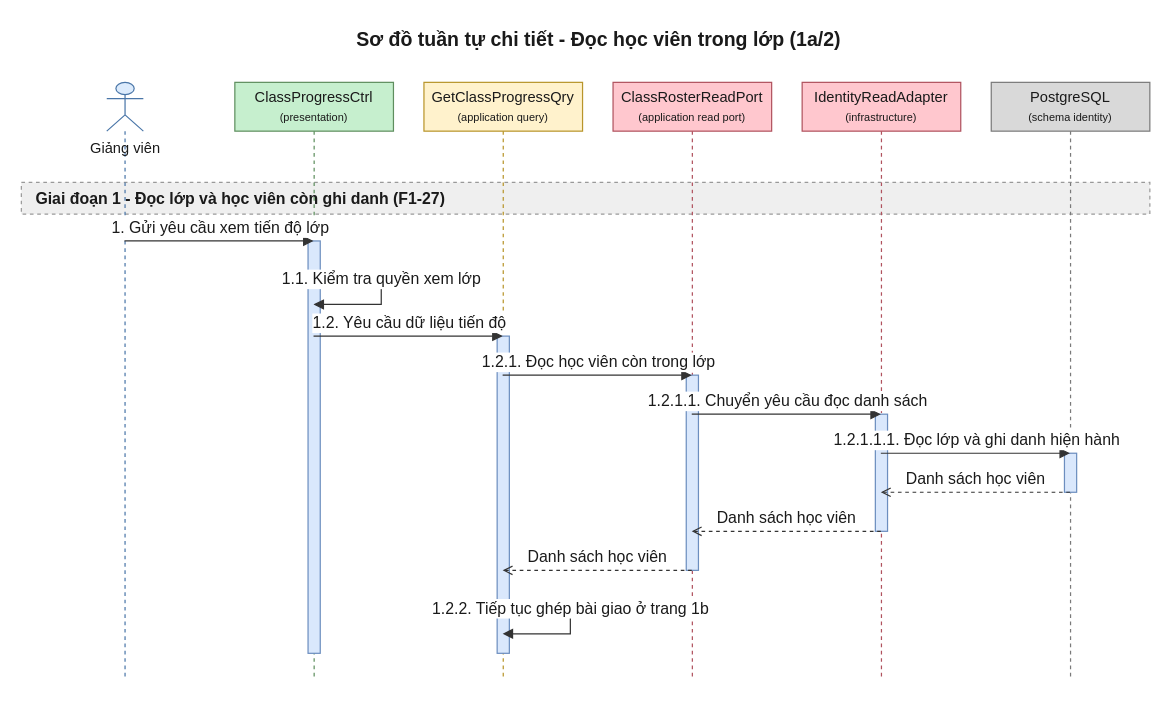
Earlier version of the draw.io diagram 08-diagram/sequence/gv/sequence_gv_xem_tien_do_lop_p1.drawio (daiphu1801/PRJ_ALGOPREP). Source tidied: cells renumbered, new cells numbered last; positions are measured from the earlier drawing's top-left corner, leaving out a move shared by most shapes. Both pictures are drawn from the tidied source at 122%, with x=0, y=0 at pixel (21, 21).
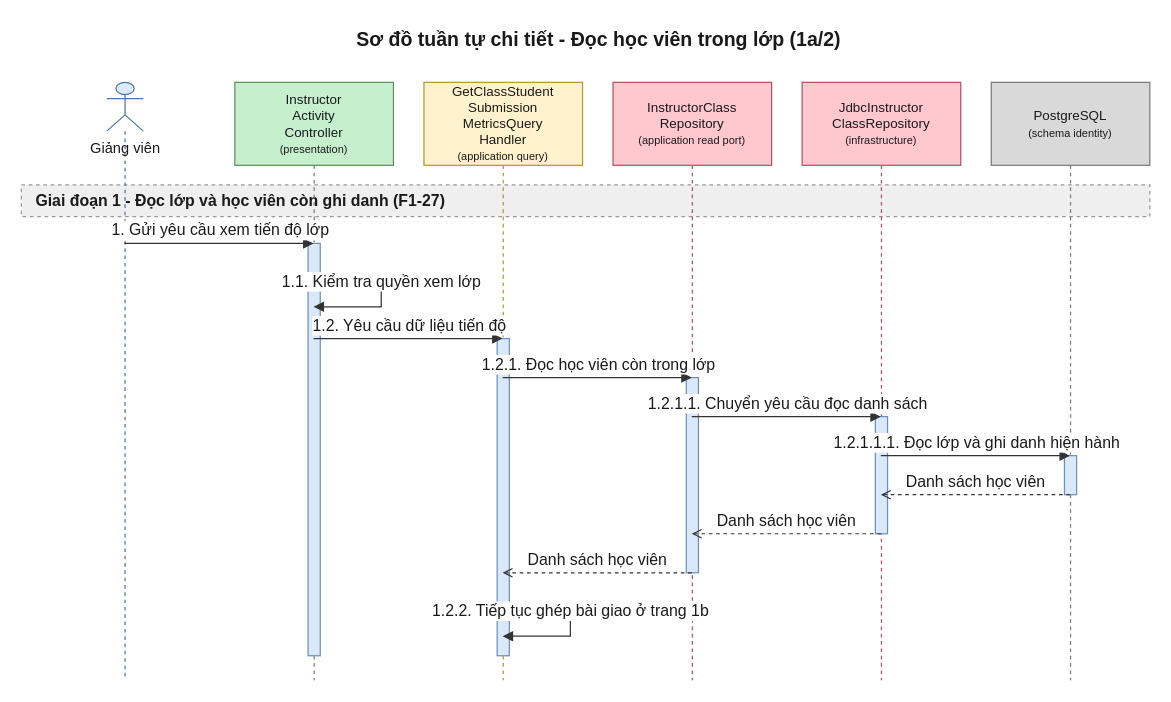
The same diagram, later.

Change to the diagram source:
```diff
@@
     <mxCell id="3" value="Giai đoạn 1 - Đọc lớp và học viên còn ghi danh (F1-27)" style="algoprep=phase;rounded=0;whiteSpace=wrap;html=1;fillColor=#EFEFEF;strokeColor=#999999;dashed=1;align=left;verticalAlign=middle;spacingLeft=10;fontColor=#1A1A1A;fontSize=13;fontStyle=1;" parent="1" vertex="1">
-      <mxGeometry y="132" width="925" height="26" as="geometry" />
+      <mxGeometry y="134" width="925" height="26" as="geometry" />
     </mxCell>
     <mxCell id="4" value="Giảng viên" style="shape=umlLifeline;participant=umlActor;perimeter=lifelinePerimeter;html=1;outlineConnect=0;size=40;verticalAlign=top;spacingTop=40;fillColor=#DCEBFC;strokeColor=#4A76A8;fontColor=#1A1A1A;" parent="1" vertex="1">
-      <mxGeometry x="70" y="50" width="30" height="488" as="geometry" />
+      <mxGeometry x="70" y="50" width="30" height="490" as="geometry" />
     </mxCell>
-    <mxCell id="5" value="ClassProgressCtrl&lt;br&gt;&lt;font style=&quot;font-size:9px&quot;&gt;(presentation)&lt;/font&gt;" style="shape=umlLifeline;perimeter=lifelinePerimeter;whiteSpace=wrap;html=1;outlineConnect=0;size=40;fillColor=#C6EFCE;strokeColor=#5E8E5E;fontColor=#1A1A1A;" parent="1" vertex="1">
-      <mxGeometry x="175" y="50" width="130" height="488" as="geometry" />
+    <mxCell id="5" value="Instructor&lt;br&gt;Activity&lt;br&gt;Controller&lt;br&gt;&lt;font style=&quot;font-size:9px&quot;&gt;(presentation)&lt;/font&gt;" style="shape=umlLifeline;perimeter=lifelinePerimeter;whiteSpace=wrap;html=1;outlineConnect=0;size=68;fontSize=11;fillColor=#C6EFCE;strokeColor=#5E8E5E;fontColor=#1A1A1A;" parent="1" vertex="1">
+      <mxGeometry x="175" y="50" width="130" height="490" as="geometry" />
     </mxCell>
-    <mxCell id="6" value="GetClassProgressQry&lt;br&gt;&lt;font style=&quot;font-size:9px&quot;&gt;(application query)&lt;/font&gt;" style="shape=umlLifeline;perimeter=lifelinePerimeter;whiteSpace=wrap;html=1;outlineConnect=0;size=40;fillColor=#FFF2CC;strokeColor=#B8952A;fontColor=#1A1A1A;" parent="1" vertex="1">
-      <mxGeometry x="330" y="50" width="130" height="488" as="geometry" />
+    <mxCell id="6" value="GetClassStudent&lt;br&gt;Submission&lt;br&gt;MetricsQuery&lt;br&gt;Handler&lt;br&gt;&lt;font style=&quot;font-size:9px&quot;&gt;(application query)&lt;/font&gt;" style="shape=umlLifeline;perimeter=lifelinePerimeter;whiteSpace=wrap;html=1;outlineConnect=0;size=68;fontSize=11;fillColor=#FFF2CC;strokeColor=#B8952A;fontColor=#1A1A1A;" parent="1" vertex="1">
+      <mxGeometry x="330" y="50" width="130" height="490" as="geometry" />
     </mxCell>
-    <mxCell id="7" value="ClassRosterReadPort&lt;br&gt;&lt;font style=&quot;font-size:9px&quot;&gt;(application read port)&lt;/font&gt;" style="shape=umlLifeline;perimeter=lifelinePerimeter;whiteSpace=wrap;html=1;outlineConnect=0;size=40;fillColor=#FFC7CE;strokeColor=#B0525E;fontColor=#1A1A1A;" parent="1" vertex="1">
-      <mxGeometry x="485" y="50" width="130" height="488" as="geometry" />
+    <mxCell id="7" value="InstructorClass&lt;br&gt;Repository&lt;br&gt;&lt;font style=&quot;font-size:9px&quot;&gt;(application read port)&lt;/font&gt;" style="shape=umlLifeline;perimeter=lifelinePerimeter;whiteSpace=wrap;html=1;outlineConnect=0;size=68;fontSize=11;fillColor=#FFC7CE;strokeColor=#B0525E;fontColor=#1A1A1A;" parent="1" vertex="1">
+      <mxGeometry x="485" y="50" width="130" height="490" as="geometry" />
     </mxCell>
-    <mxCell id="8" value="IdentityReadAdapter&lt;br&gt;&lt;font style=&quot;font-size:9px&quot;&gt;(infrastructure)&lt;/font&gt;" style="shape=umlLifeline;perimeter=lifelinePerimeter;whiteSpace=wrap;html=1;outlineConnect=0;size=40;fillColor=#FFC7CE;strokeColor=#B0525E;fontColor=#1A1A1A;" parent="1" vertex="1">
-      <mxGeometry x="640" y="50" width="130" height="488" as="geometry" />
+    <mxCell id="8" value="JdbcInstructor&lt;br&gt;ClassRepository&lt;br&gt;&lt;font style=&quot;font-size:9px&quot;&gt;(infrastructure)&lt;/font&gt;" style="shape=umlLifeline;perimeter=lifelinePerimeter;whiteSpace=wrap;html=1;outlineConnect=0;size=68;fontSize=11;fillColor=#FFC7CE;strokeColor=#B0525E;fontColor=#1A1A1A;" parent="1" vertex="1">
+      <mxGeometry x="640" y="50" width="130" height="490" as="geometry" />
     </mxCell>
-    <mxCell id="9" value="PostgreSQL&lt;br&gt;&lt;font style=&quot;font-size:9px&quot;&gt;(schema identity)&lt;/font&gt;" style="shape=umlLifeline;perimeter=lifelinePerimeter;whiteSpace=wrap;html=1;outlineConnect=0;size=40;fillColor=#D9D9D9;strokeColor=#7A7A7A;fontColor=#1A1A1A;" parent="1" vertex="1">
-      <mxGeometry x="795" y="50" width="130" height="488" as="geometry" />
+    <mxCell id="9" value="PostgreSQL&lt;br&gt;&lt;font style=&quot;font-size:9px&quot;&gt;(schema identity)&lt;/font&gt;" style="shape=umlLifeline;perimeter=lifelinePerimeter;whiteSpace=wrap;html=1;outlineConnect=0;size=68;fontSize=11;fillColor=#D9D9D9;strokeColor=#7A7A7A;fontColor=#1A1A1A;" parent="1" vertex="1">
+      <mxGeometry x="795" y="50" width="130" height="490" as="geometry" />
     </mxCell>
     <mxCell id="10" style="html=1;perimeter=orthogonalPerimeter;targetShapes=umlLifeline;fillColor=#DAE8FC;strokeColor=#6C8EBF;" parent="9" vertex="1">
-      <mxGeometry x="60" y="304" width="10" height="32" as="geometry" />
+      <mxGeometry x="60" y="306" width="10" height="32" as="geometry" />
     </mxCell>
     <mxCell id="11" style="html=1;perimeter=orthogonalPerimeter;targetShapes=umlLifeline;fillColor=#DAE8FC;strokeColor=#6C8EBF;" parent="8" vertex="1">
-      <mxGeometry x="60" y="272" width="10" height="96" as="geometry" />
+      <mxGeometry x="60" y="274" width="10" height="96" as="geometry" />
     </mxCell>
     <mxCell id="12" style="html=1;perimeter=orthogonalPerimeter;targetShapes=umlLifeline;fillColor=#DAE8FC;strokeColor=#6C8EBF;" parent="7" vertex="1">
-      <mxGeometry x="60" y="240" width="10" height="160" as="geometry" />
+      <mxGeometry x="60" y="242" width="10" height="160" as="geometry" />
     </mxCell>
     <mxCell id="13" style="html=1;perimeter=orthogonalPerimeter;targetShapes=umlLifeline;fillColor=#DAE8FC;strokeColor=#6C8EBF;" parent="5" vertex="1">
-      <mxGeometry x="60" y="130" width="10" height="338" as="geometry" />
+      <mxGeometry x="60" y="132" width="10" height="338" as="geometry" />
     </mxCell>
     <mxCell id="14" style="html=1;perimeter=orthogonalPerimeter;targetShapes=umlLifeline;fillColor=#DAE8FC;strokeColor=#6C8EBF;" parent="6" vertex="1">
-      <mxGeometry x="60" y="208" width="10" height="260" as="geometry" />
+      <mxGeometry x="60" y="210" width="10" height="260" as="geometry" />
     </mxCell>
-    <mxCell id="15" value="1. Gửi yêu cầu xem tiến độ lớp" style="edgeStyle=none;html=1;endArrow=block;endFill=1;strokeColor=#333333;fontColor=#1A1A1A;fontSize=13;verticalAlign=bottom;exitX=0.5;exitY=0.2664;exitDx=0;exitDy=0;entryX=0.5;entryY=0.2664;entryDx=0;entryDy=0;" parent="1" edge="1" source="4" target="5">
+    <mxCell id="15" value="1. Gửi yêu cầu xem tiến độ lớp" style="edgeStyle=none;html=1;endArrow=block;endFill=1;strokeColor=#333333;fontColor=#1A1A1A;fontSize=13;verticalAlign=bottom;exitX=0.5;exitY=0.2694;exitDx=0;exitDy=0;entryX=0.5;entryY=0.2694;entryDx=0;entryDy=0;" parent="1" edge="1" source="4" target="5">
       <mxGeometry relative="1" as="geometry" />
     </mxCell>
-    <mxCell id="16" value="1.1. Kiểm tra quyền xem lớp" style="edgeStyle=orthogonalEdgeStyle;rounded=0;html=1;endArrow=block;endFill=1;strokeColor=#333333;fontColor=#1A1A1A;fontSize=13;verticalAlign=bottom;exitX=0.5;exitY=0.3320;exitDx=0;exitDy=0;entryX=0.5;entryY=0.3730;entryDx=0;entryDy=0;" parent="1" edge="1" source="5" target="5">
+    <mxCell id="16" value="1.1. Kiểm tra quyền xem lớp" style="edgeStyle=orthogonalEdgeStyle;rounded=0;html=1;endArrow=block;endFill=1;strokeColor=#333333;fontColor=#1A1A1A;fontSize=13;verticalAlign=bottom;exitX=0.5;exitY=0.3347;exitDx=0;exitDy=0;entryX=0.5;entryY=0.3755;entryDx=0;entryDy=0;" parent="1" edge="1" source="5" target="5">
       <mxGeometry relative="1" as="geometry">
         <Array as="points">
-          <mxPoint x="295" y="212" />
-          <mxPoint x="295" y="232" />
+          <mxPoint x="295" y="214" />
+          <mxPoint x="295" y="234" />
         </Array>
       </mxGeometry>
     </mxCell>
-    <mxCell id="17" value="1.2. Yêu cầu dữ liệu tiến độ" style="edgeStyle=none;html=1;endArrow=block;endFill=1;strokeColor=#333333;fontColor=#1A1A1A;fontSize=13;verticalAlign=bottom;exitX=0.5;exitY=0.4262;exitDx=0;exitDy=0;entryX=0.5;entryY=0.4262;entryDx=0;entryDy=0;" parent="1" edge="1" source="5" target="6">
+    <mxCell id="17" value="1.2. Yêu cầu dữ liệu tiến độ" style="edgeStyle=none;html=1;endArrow=block;endFill=1;strokeColor=#333333;fontColor=#1A1A1A;fontSize=13;verticalAlign=bottom;exitX=0.5;exitY=0.4286;exitDx=0;exitDy=0;entryX=0.5;entryY=0.4286;entryDx=0;entryDy=0;" parent="1" edge="1" source="5" target="6">
       <mxGeometry relative="1" as="geometry" />
     </mxCell>
-    <mxCell id="18" value="1.2.1. Đọc học viên còn trong lớp" style="edgeStyle=none;html=1;endArrow=block;endFill=1;strokeColor=#333333;fontColor=#1A1A1A;fontSize=13;verticalAlign=bottom;exitX=0.5;exitY=0.4918;exitDx=0;exitDy=0;entryX=0.5;entryY=0.4918;entryDx=0;entryDy=0;" parent="1" edge="1" source="6" target="7">
+    <mxCell id="18" value="1.2.1. Đọc học viên còn trong lớp" style="edgeStyle=none;html=1;endArrow=block;endFill=1;strokeColor=#333333;fontColor=#1A1A1A;fontSize=13;verticalAlign=bottom;exitX=0.5;exitY=0.4939;exitDx=0;exitDy=0;entryX=0.5;entryY=0.4939;entryDx=0;entryDy=0;" parent="1" edge="1" source="6" target="7">
       <mxGeometry relative="1" as="geometry" />
     </mxCell>
-    <mxCell id="19" value="1.2.1.1. Chuyển yêu cầu đọc danh sách" style="edgeStyle=none;html=1;endArrow=block;endFill=1;strokeColor=#333333;fontColor=#1A1A1A;fontSize=13;verticalAlign=bottom;exitX=0.5;exitY=0.5574;exitDx=0;exitDy=0;entryX=0.5;entryY=0.5574;entryDx=0;entryDy=0;" parent="1" edge="1" source="7" target="8">
+    <mxCell id="19" value="1.2.1.1. Chuyển yêu cầu đọc danh sách" style="edgeStyle=none;html=1;endArrow=block;endFill=1;strokeColor=#333333;fontColor=#1A1A1A;fontSize=13;verticalAlign=bottom;exitX=0.5;exitY=0.5592;exitDx=0;exitDy=0;entryX=0.5;entryY=0.5592;entryDx=0;entryDy=0;" parent="1" edge="1" source="7" target="8">
       <mxGeometry relative="1" as="geometry" />
     </mxCell>
-    <mxCell id="20" value="1.2.1.1.1. Đọc lớp và ghi danh hiện hành" style="edgeStyle=none;html=1;endArrow=block;endFill=1;strokeColor=#333333;fontColor=#1A1A1A;fontSize=13;verticalAlign=bottom;exitX=0.5;exitY=0.6230;exitDx=0;exitDy=0;entryX=0.5;entryY=0.6230;entryDx=0;entryDy=0;" parent="1" edge="1" source="8" target="9">
+    <mxCell id="20" value="1.2.1.1.1. Đọc lớp và ghi danh hiện hành" style="edgeStyle=none;html=1;endArrow=block;endFill=1;strokeColor=#333333;fontColor=#1A1A1A;fontSize=13;verticalAlign=bottom;exitX=0.5;exitY=0.6245;exitDx=0;exitDy=0;entryX=0.5;entryY=0.6245;entryDx=0;entryDy=0;" parent="1" edge="1" source="8" target="9">
       <mxGeometry relative="1" as="geometry" />
     </mxCell>
-    <mxCell id="21" value="Danh sách học viên" style="edgeStyle=none;html=1;endArrow=open;endFill=0;dashed=1;strokeColor=#333333;fontColor=#1A1A1A;fontSize=13;verticalAlign=bottom;exitX=0.5;exitY=0.6885;exitDx=0;exitDy=0;entryX=0.5;entryY=0.6885;entryDx=0;entryDy=0;" parent="1" edge="1" source="9" target="8">
+    <mxCell id="21" value="Danh sách học viên" style="edgeStyle=none;html=1;endArrow=open;endFill=0;dashed=1;strokeColor=#333333;fontColor=#1A1A1A;fontSize=13;verticalAlign=bottom;exitX=0.5;exitY=0.6898;exitDx=0;exitDy=0;entryX=0.5;entryY=0.6898;entryDx=0;entryDy=0;" parent="1" edge="1" source="9" target="8">
       <mxGeometry relative="1" as="geometry" />
     </mxCell>
-    <mxCell id="22" value="Danh sách học viên" style="edgeStyle=none;html=1;endArrow=open;endFill=0;dashed=1;strokeColor=#333333;fontColor=#1A1A1A;fontSize=13;verticalAlign=bottom;exitX=0.5;exitY=0.7541;exitDx=0;exitDy=0;entryX=0.5;entryY=0.7541;entryDx=0;entryDy=0;" parent="1" edge="1" source="8" target="7">
+    <mxCell id="22" value="Danh sách học viên" style="edgeStyle=none;html=1;endArrow=open;endFill=0;dashed=1;strokeColor=#333333;fontColor=#1A1A1A;fontSize=13;verticalAlign=bottom;exitX=0.5;exitY=0.7551;exitDx=0;exitDy=0;entryX=0.5;entryY=0.7551;entryDx=0;entryDy=0;" parent="1" edge="1" source="8" target="7">
       <mxGeometry relative="1" as="geometry" />
     </mxCell>
-    <mxCell id="23" value="Danh sách học viên" style="edgeStyle=none;html=1;endArrow=open;endFill=0;dashed=1;strokeColor=#333333;fontColor=#1A1A1A;fontSize=13;verticalAlign=bottom;exitX=0.5;exitY=0.8197;exitDx=0;exitDy=0;entryX=0.5;entryY=0.8197;entryDx=0;entryDy=0;" parent="1" edge="1" source="7" target="6">
+    <mxCell id="23" value="Danh sách học viên" style="edgeStyle=none;html=1;endArrow=open;endFill=0;dashed=1;strokeColor=#333333;fontColor=#1A1A1A;fontSize=13;verticalAlign=bottom;exitX=0.5;exitY=0.8204;exitDx=0;exitDy=0;entryX=0.5;entryY=0.8204;entryDx=0;entryDy=0;" parent="1" edge="1" source="7" target="6">
       <mxGeometry relative="1" as="geometry" />
     </mxCell>
-    <mxCell id="24" value="1.2.2. Tiếp tục ghép bài giao ở trang 1b" style="edgeStyle=orthogonalEdgeStyle;rounded=0;html=1;endArrow=block;endFill=1;strokeColor=#333333;fontColor=#1A1A1A;fontSize=13;verticalAlign=bottom;exitX=0.5;exitY=0.8852;exitDx=0;exitDy=0;entryX=0.5;entryY=0.9262;entryDx=0;entryDy=0;" parent="1" edge="1" source="6" target="6">
+    <mxCell id="24" value="1.2.2. Tiếp tục ghép bài giao ở trang 1b" style="edgeStyle=orthogonalEdgeStyle;rounded=0;html=1;endArrow=block;endFill=1;strokeColor=#333333;fontColor=#1A1A1A;fontSize=13;verticalAlign=bottom;exitX=0.5;exitY=0.8857;exitDx=0;exitDy=0;entryX=0.5;entryY=0.9265;entryDx=0;entryDy=0;" parent="1" edge="1" source="6" target="6">
       <mxGeometry relative="1" as="geometry">
         <Array as="points">
-          <mxPoint x="450" y="482" />
-          <mxPoint x="450" y="502" />
+          <mxPoint x="450" y="484" />
+          <mxPoint x="450" y="504" />
         </Array>
       </mxGeometry>
     </mxCell>
```
